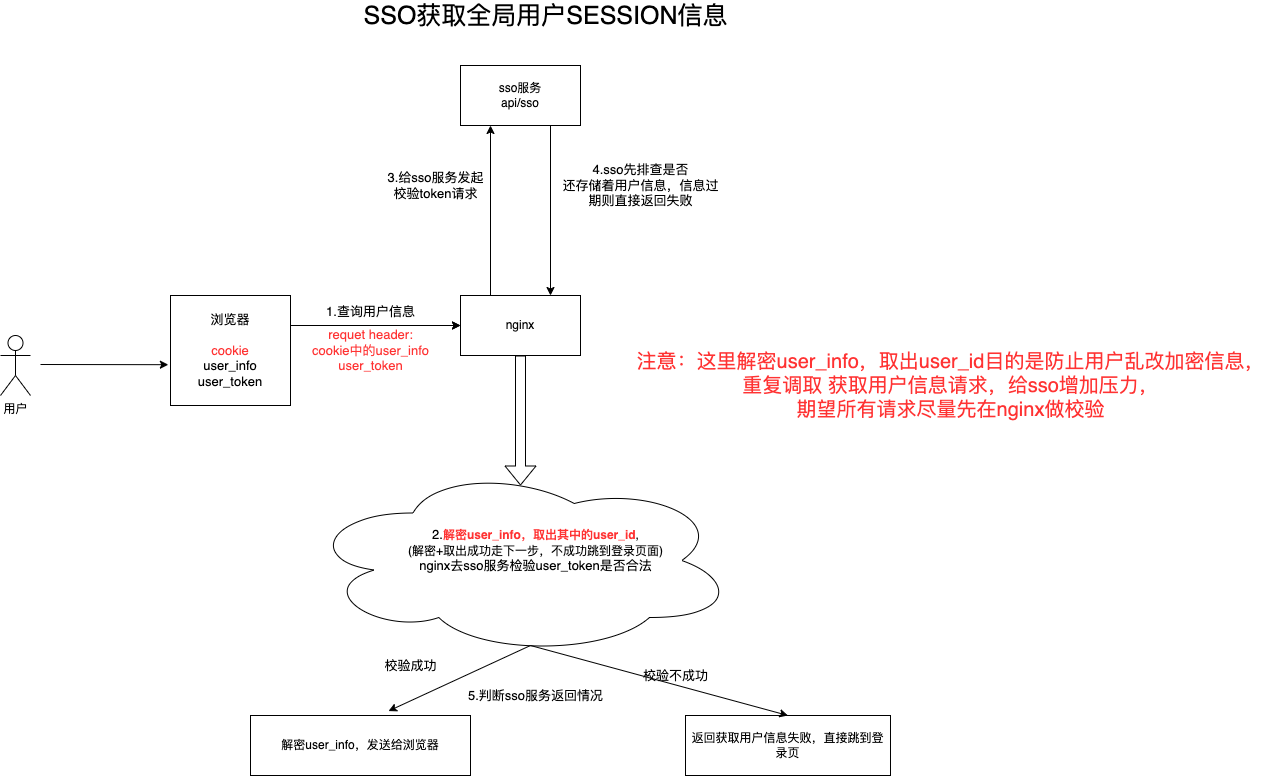
Before: sso-获取用户信息.drawio.png, a diagram exported from draw.io (1170159634/ssoSolution). Source tidied: cells renumbered, new cells last; positions are measured from the earlier drawing's top-left corner, leaving out a move shared by most shapes.
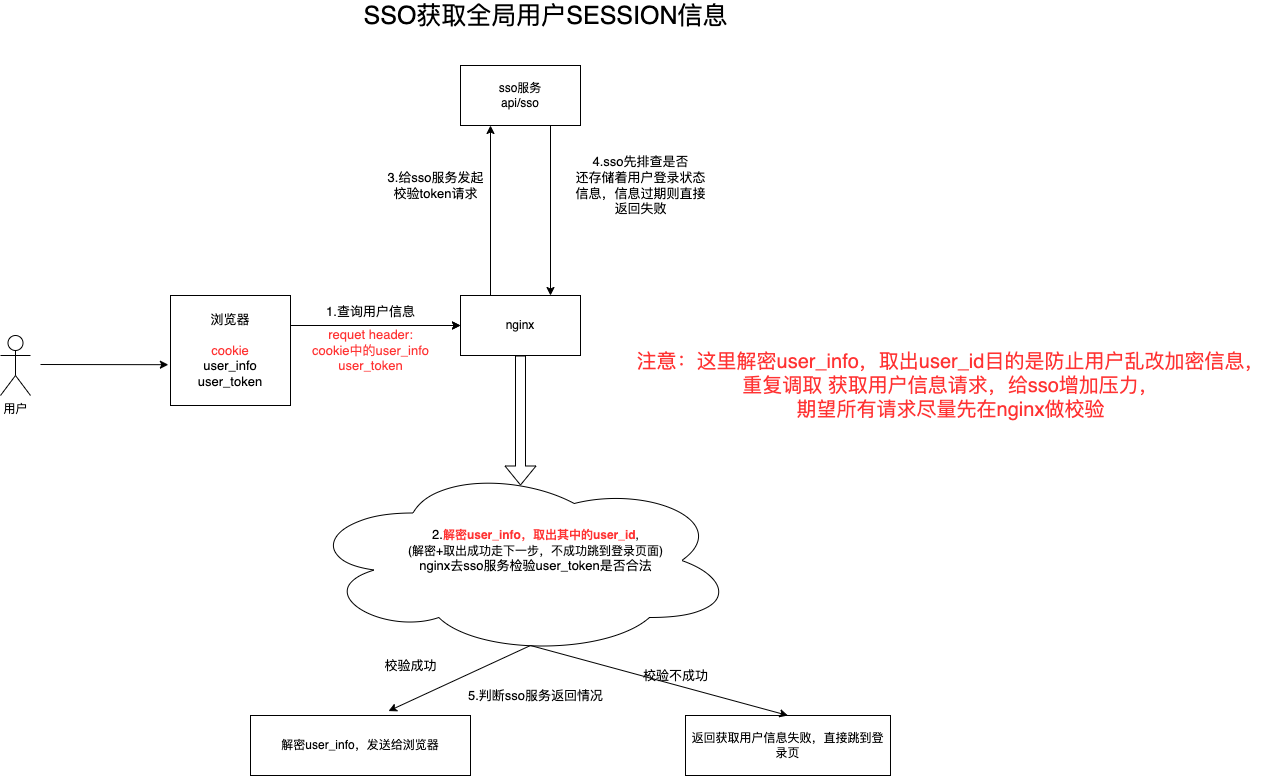
Above is the later version.

Diff of the diagram source:
```diff
@@ -41,8 +41,8 @@
         <mxPoint x="490" y="290" as="sourcePoint" />
       </mxGeometry>
     </mxCell>
-    <mxCell id="13" value="4.sso先排查是否&lt;br&gt;还存储着用户信息，信息过&lt;br&gt;期则直接返回失败" style="text;html=1;align=center;verticalAlign=middle;strokeColor=none;fillColor=none;fontSize=13;" parent="1" vertex="1">
-      <mxGeometry x="555" y="155" width="170" height="50" as="geometry" />
+    <mxCell id="13" value="4.sso先排查是否&lt;br&gt;还存储着用户登录状态&lt;br&gt;信息，信息过期则直接&lt;br&gt;返回失败" style="text;html=1;align=center;verticalAlign=middle;strokeColor=none;fillColor=none;fontSize=13;" parent="1" vertex="1">
+      <mxGeometry x="565" y="145" width="150" height="70" as="geometry" />
     </mxCell>
     <mxCell id="14" value="解密user_info，发送给浏览器" style="rounded=0;whiteSpace=wrap;html=1;align=center;" parent="1" vertex="1">
       <mxGeometry x="250" y="710" width="220" height="60" as="geometry" />
```
